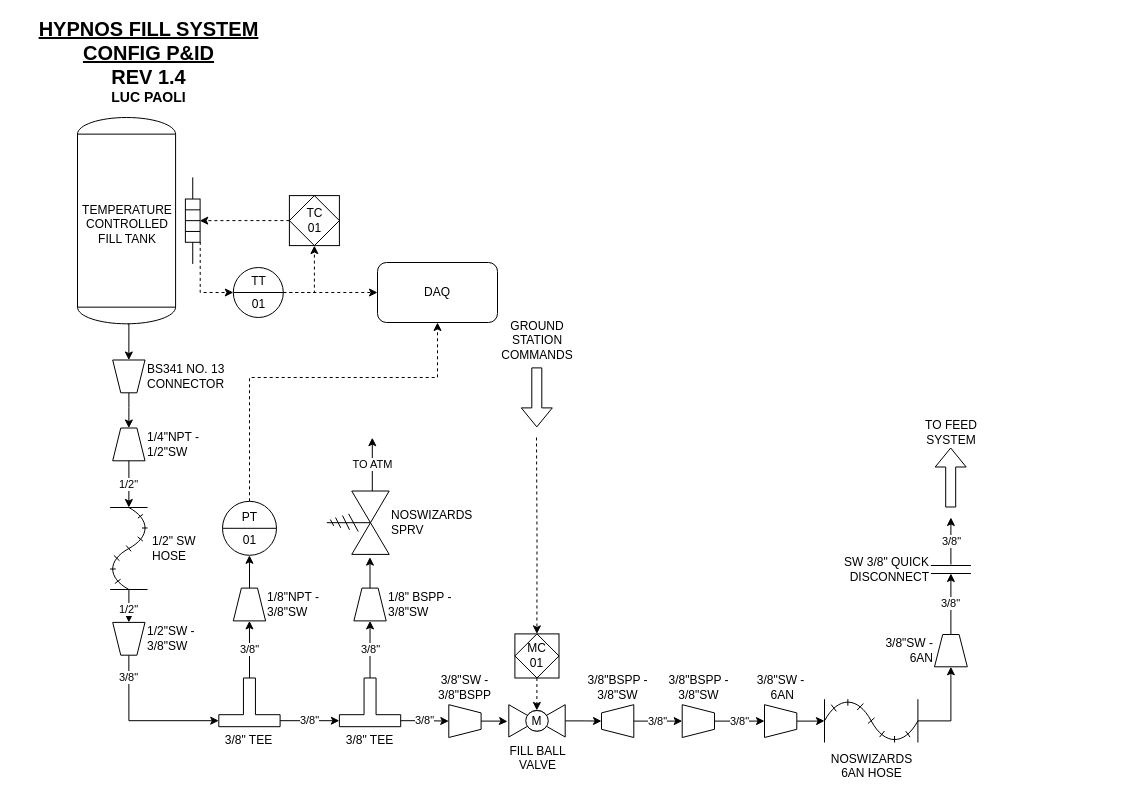
This is page "Filling system" (2 of 4) of All_P_IDs.drawio from icl-rocketry/Propulsion-PIDs, a draw.io file, before an edit. Source tidied: cells renumbered, new cells numbered last; positions are measured from the earlier drawing's top-left corner, leaving out a move shared by most shapes. Both pictures are drawn from the tidied source at 100%, with x=0, y=0 at pixel (17, 17).
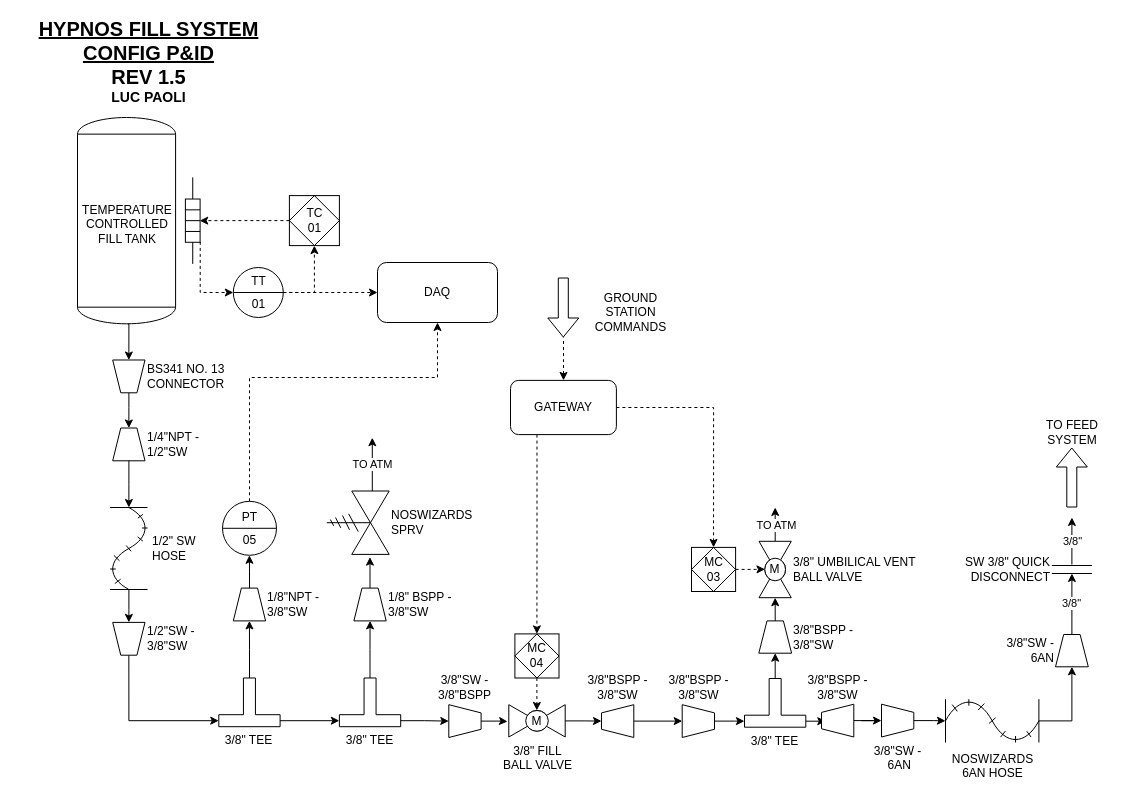
The same page after the edit.

The change refers to these unchanged cells:
```xml
<mxCell id="7" value="1/4&quot;NPT -&lt;br&gt;1/2&quot;SW" style="verticalLabelPosition=middle;align=left;dashed=0;html=1;verticalAlign=middle;shape=mxgraph.pid.piping.concentric_reducer;direction=north;horizontal=1;labelPosition=right;fontFamily=Helvetica;" parent="1" vertex="1">
  <mxGeometry x="95.2" y="410.5" width="32.3" height="32.8" as="geometry" />
</mxCell>
<mxCell id="9" value="1/2&quot; SW&lt;br&gt;HOSE" style="verticalLabelPosition=middle;align=left;dashed=0;html=1;verticalAlign=middle;shape=mxgraph.pid.piping.flexible_hose;direction=south;fontFamily=Helvetica;horizontal=1;labelPosition=right;" parent="1" vertex="1">
  <mxGeometry x="89.8" y="490" width="43.1" height="82" as="geometry" />
</mxCell>
<mxCell id="10" value="3/8&quot; TEE" style="shape=tee;whiteSpace=wrap;html=1;rotation=0;dx=12;dy=12;fontFamily=Helvetica;direction=west;flipV=0;verticalAlign=top;labelPosition=center;verticalLabelPosition=bottom;align=center;" parent="1" vertex="1">
  <mxGeometry x="201.3" y="660.5" width="61.3" height="48.7" as="geometry" />
</mxCell>
<mxCell id="12" value="1/8&quot;NPT -&lt;br&gt;3/8&quot;SW" style="verticalLabelPosition=middle;align=left;dashed=0;html=1;verticalAlign=middle;shape=mxgraph.pid.piping.concentric_reducer;direction=north;fontFamily=Helvetica;horizontal=1;labelPosition=right;" parent="1" vertex="1">
  <mxGeometry x="215.8" y="570.6" width="32.3" height="32.8" as="geometry" />
</mxCell>
<mxCell id="15" value="1/8&quot; BSPP -&lt;br&gt;3/8&quot;SW" style="verticalLabelPosition=middle;align=left;dashed=0;html=1;verticalAlign=middle;shape=mxgraph.pid.piping.concentric_reducer;direction=north;fontFamily=Helvetica;horizontal=1;labelPosition=right;" parent="1" vertex="1">
  <mxGeometry x="336.4" y="570.6" width="32.3" height="32.8" as="geometry" />
</mxCell>
<mxCell id="20" value="3/8&quot; TEE" style="shape=tee;whiteSpace=wrap;html=1;rotation=0;dx=12;dy=12;fontFamily=Helvetica;direction=west;labelPosition=center;verticalLabelPosition=bottom;align=center;verticalAlign=top;" parent="1" vertex="1">
  <mxGeometry x="321.9" y="660.5" width="61.3" height="48.7" as="geometry" />
</mxCell>
<mxCell id="22" value="3/8&quot;SW -&lt;br&gt;3/8&quot;BSPP" style="verticalLabelPosition=top;align=center;dashed=0;html=1;verticalAlign=bottom;shape=mxgraph.pid.piping.concentric_reducer;direction=east;fontFamily=Helvetica;labelPosition=center;" parent="1" vertex="1">
  <mxGeometry x="431.3" y="687.2" width="32.3" height="32.8" as="geometry" />
</mxCell>
<mxCell id="27" value="1/2&quot;SW -&lt;br&gt;3/8&quot;SW" style="verticalLabelPosition=middle;align=left;dashed=0;html=1;verticalAlign=middle;shape=mxgraph.pid.piping.concentric_reducer;direction=south;horizontal=1;labelPosition=right;fontFamily=Helvetica;" parent="1" vertex="1">
  <mxGeometry x="95.2" y="604.9" width="32.3" height="32.8" as="geometry" />
</mxCell>
<mxCell id="32" value="3/8&quot;BSPP -&lt;br&gt;3/8&quot;SW" style="verticalLabelPosition=top;align=center;dashed=0;html=1;verticalAlign=bottom;shape=mxgraph.pid.piping.concentric_reducer;direction=west;fontFamily=Helvetica;labelPosition=center;" parent="1" vertex="1">
  <mxGeometry x="584" y="687.2" width="32.3" height="32.8" as="geometry" />
</mxCell>
<mxCell id="43" value="3/8&quot;BSPP -&lt;br&gt;3/8&quot;SW" style="verticalLabelPosition=top;align=center;dashed=0;html=1;verticalAlign=bottom;shape=mxgraph.pid.piping.concentric_reducer;direction=east;fontFamily=Helvetica;labelPosition=center;" parent="1" vertex="1">
  <mxGeometry x="664.7" y="687.2" width="32.3" height="32.8" as="geometry" />
</mxCell>
```

Diff of the diagram source:
```diff
@@
-    <mxCell id="2" value="&lt;b&gt;&lt;font&gt;&lt;u style=&quot;font-size: 20px&quot;&gt;HYPNOS FILL SYSTEM CONFIG P&amp;amp;ID&lt;/u&gt;&lt;br&gt;&lt;span style=&quot;font-size: 20px&quot;&gt;REV 1.4&lt;/span&gt;&lt;br&gt;&lt;font style=&quot;font-size: 14px&quot;&gt;LUC PAOLI&lt;/font&gt;&lt;br&gt;&lt;/font&gt;&lt;/b&gt;" style="text;html=1;strokeColor=none;fillColor=none;align=center;verticalAlign=middle;whiteSpace=wrap;rounded=0;fontFamily=Helvetica;" parent="1" vertex="1">
+    <mxCell id="2" value="&lt;b&gt;&lt;font&gt;&lt;u style=&quot;font-size: 20px&quot;&gt;HYPNOS FILL SYSTEM CONFIG P&amp;amp;ID&lt;/u&gt;&lt;br&gt;&lt;span style=&quot;font-size: 20px&quot;&gt;REV 1.5&lt;/span&gt;&lt;br&gt;&lt;font style=&quot;font-size: 14px&quot;&gt;LUC PAOLI&lt;/font&gt;&lt;br&gt;&lt;/font&gt;&lt;/b&gt;" style="text;html=1;strokeColor=none;fillColor=none;align=center;verticalAlign=middle;whiteSpace=wrap;rounded=0;fontFamily=Helvetica;" parent="1" vertex="1">
       <mxGeometry width="262.6" height="88" as="geometry" />
     </mxCell>
@@
-    <mxCell id="8" value="1/2&quot;" style="edgeStyle=orthogonalEdgeStyle;rounded=0;jettySize=auto;html=1;fontFamily=Helvetica;entryX=0;entryY=0.5;entryDx=0;entryDy=0;entryPerimeter=0;" parent="1" edge="1" source="7" target="9">
+    <mxCell id="8" style="edgeStyle=orthogonalEdgeStyle;rounded=0;jettySize=auto;html=1;fontFamily=Helvetica;entryX=0;entryY=0.5;entryDx=0;entryDy=0;entryPerimeter=0;" parent="1" edge="1" source="7" target="9">
       <mxGeometry x="85.7" y="128.6" as="geometry" />
     </mxCell>
@@
-    <mxCell id="11" value="3/8&quot;" style="edgeStyle=orthogonalEdgeStyle;rounded=0;jettySize=auto;html=1;entryX=0;entryY=0;entryDx=61.3386553160946;entryDy=6;entryPerimeter=0;fontFamily=Helvetica;exitX=1;exitY=0.5;exitDx=0;exitDy=0;exitPerimeter=0;" parent="1" edge="1" source="27" target="10">
+    <mxCell id="11" style="edgeStyle=orthogonalEdgeStyle;rounded=0;jettySize=auto;html=1;entryX=0;entryY=0;entryDx=61.3386553160946;entryDy=6;entryPerimeter=0;fontFamily=Helvetica;exitX=1;exitY=0.5;exitDx=0;exitDy=0;exitPerimeter=0;" parent="1" edge="1" source="27" target="10">
       <mxGeometry x="37.3" y="-20" as="geometry">
         <mxPoint x="-45" y="-10" as="offset" />
       </mxGeometry>
     </mxCell>
@@
-    <mxCell id="13" value="3/8&quot;" style="edgeStyle=orthogonalEdgeStyle;rounded=0;jettySize=auto;html=1;entryX=0;entryY=0.5;entryDx=0;entryDy=0;entryPerimeter=0;fontFamily=Helvetica;" parent="1" edge="1" source="10" target="12">
+    <mxCell id="13" style="edgeStyle=orthogonalEdgeStyle;rounded=0;jettySize=auto;html=1;entryX=0;entryY=0.5;entryDx=0;entryDy=0;entryPerimeter=0;fontFamily=Helvetica;" parent="1" edge="1" source="10" target="12">
       <mxGeometry x="-40.8" y="107.3" as="geometry" />
     </mxCell>
@@
-    <mxCell id="19" value="3/8&quot;" style="edgeStyle=orthogonalEdgeStyle;rounded=0;jettySize=auto;html=1;entryX=0;entryY=0.5;entryDx=0;entryDy=0;entryPerimeter=0;fontFamily=Helvetica;" parent="1" edge="1" source="20" target="15">
+    <mxCell id="19" style="edgeStyle=orthogonalEdgeStyle;rounded=0;jettySize=auto;html=1;entryX=0;entryY=0.5;entryDx=0;entryDy=0;entryPerimeter=0;fontFamily=Helvetica;" parent="1" edge="1" source="20" target="15">
       <mxGeometry x="243" y="429.4" as="geometry" />
     </mxCell>
@@
-    <mxCell id="21" value="3/8&quot;" style="edgeStyle=orthogonalEdgeStyle;rounded=0;jettySize=auto;html=1;entryX=0;entryY=0;entryDx=61.3386553160946;entryDy=6;entryPerimeter=0;exitX=0;exitY=0;exitDx=0;exitDy=6;exitPerimeter=0;fontFamily=Helvetica;" parent="1" edge="1" source="10" target="20">
+    <mxCell id="21" style="edgeStyle=orthogonalEdgeStyle;rounded=0;jettySize=auto;html=1;entryX=0;entryY=0;entryDx=61.3386553160946;entryDy=6;entryPerimeter=0;exitX=0;exitY=0;exitDx=0;exitDy=6;exitPerimeter=0;fontFamily=Helvetica;" parent="1" edge="1" source="10" target="20">
       <mxGeometry x="232.7" y="432" as="geometry" />
     </mxCell>
@@
-    <mxCell id="23" value="3/8&quot;" style="edgeStyle=orthogonalEdgeStyle;rounded=0;jettySize=auto;html=1;entryX=0;entryY=0.5;entryDx=0;entryDy=0;entryPerimeter=0;exitX=0;exitY=0;exitDx=0;exitDy=6;exitPerimeter=0;fontFamily=Helvetica;" parent="1" edge="1" source="20" target="22">
+    <mxCell id="23" style="edgeStyle=orthogonalEdgeStyle;rounded=0;jettySize=auto;html=1;entryX=0;entryY=0.5;entryDx=0;entryDy=0;entryPerimeter=0;exitX=0;exitY=0;exitDx=0;exitDy=6;exitPerimeter=0;fontFamily=Helvetica;" parent="1" edge="1" source="20" target="22">
       <mxGeometry x="243" y="429.4" as="geometry" />
     </mxCell>
@@
-    <mxCell id="26" value="&lt;table cellpadding=&quot;4&quot; cellspacing=&quot;0&quot; border=&quot;0&quot; style=&quot;font-size: 1em ; width: 100% ; height: 100%&quot;&gt;&lt;tbody&gt;&lt;tr&gt;&lt;td&gt;PT&lt;/td&gt;&lt;/tr&gt;&lt;tr&gt;&lt;td&gt;01&lt;/td&gt;&lt;/tr&gt;&lt;/tbody&gt;&lt;/table&gt; " style="html=1;outlineConnect=0;align=center;dashed=0;shape=mxgraph.pid2inst.discInst;mounting=room;" parent="1" vertex="1">
+    <mxCell id="26" value="&lt;table style=&quot;font-size: 1em ; width: 100% ; height: 100%&quot; cellspacing=&quot;0&quot; cellpadding=&quot;4&quot; border=&quot;0&quot;&gt;&lt;tbody&gt;&lt;tr&gt;&lt;td&gt;PT&lt;/td&gt;&lt;/tr&gt;&lt;tr&gt;&lt;td&gt;05&lt;/td&gt;&lt;/tr&gt;&lt;/tbody&gt;&lt;/table&gt; " style="html=1;outlineConnect=0;align=center;dashed=0;shape=mxgraph.pid2inst.discInst;mounting=room;" parent="1" vertex="1">
       <mxGeometry x="205" y="483.8" width="54" height="54" as="geometry" />
     </mxCell>
@@
-    <mxCell id="28" value="&lt;font color=&quot;#000000&quot;&gt;1/2&quot;&lt;/font&gt;" style="edgeStyle=orthogonalEdgeStyle;rounded=0;jettySize=auto;html=1;entryX=0;entryY=0.5;entryDx=0;entryDy=0;entryPerimeter=0;fontColor=#FF0000;" parent="1" edge="1" source="9" target="27">
+    <mxCell id="28" style="edgeStyle=orthogonalEdgeStyle;rounded=0;jettySize=auto;html=1;entryX=0;entryY=0.5;entryDx=0;entryDy=0;entryPerimeter=0;fontColor=#FF0000;" parent="1" edge="1" source="9" target="27">
       <mxGeometry x="0.22" relative="1" as="geometry" />
     </mxCell>
@@
-    <mxCell id="30" value="FILL BALL&lt;br&gt;VALVE" style="verticalLabelPosition=bottom;align=center;html=1;verticalAlign=top;dashed=0;shape=mxgraph.pid2valves.valve;valveType=ball;direction=east;fontFamily=Helvetica;horizontal=1;labelPosition=center;" parent="1" vertex="1">
+    <mxCell id="30" value="&lt;div&gt;3/8&quot; FILL&lt;/div&gt;&lt;div&gt;BALL VALVE&lt;/div&gt;" style="verticalLabelPosition=bottom;align=center;html=1;verticalAlign=top;dashed=0;shape=mxgraph.pid2valves.valve;valveType=ball;direction=east;fontFamily=Helvetica;horizontal=1;labelPosition=center;" parent="1" vertex="1">
       <mxGeometry x="491.3" y="687.2" width="56.4" height="32.3" as="geometry" />
     </mxCell>
@@
-    <mxCell id="33" value="3/8&quot;" style="edgeStyle=orthogonalEdgeStyle;rounded=0;jettySize=auto;html=1;entryX=0;entryY=0.5;entryDx=0;entryDy=0;entryPerimeter=0;fontColor=#000000;" parent="1" edge="1" source="32" target="43">
-      <mxGeometry relative="1" as="geometry" />
+    <mxCell id="33" style="edgeStyle=orthogonalEdgeStyle;rounded=0;jettySize=auto;html=1;entryX=0;entryY=0.5;entryDx=0;entryDy=0;entryPerimeter=0;fontColor=#000000;" parent="1" edge="1" source="32" target="43">
+      <mxGeometry x="0.15" y="-6" relative="1" as="geometry" />
     </mxCell>
@@
     <mxCell id="42" value="NOSWIZARDS&lt;br&gt;6AN HOSE" style="verticalLabelPosition=bottom;align=center;dashed=0;html=1;verticalAlign=top;shape=mxgraph.pid.piping.flexible_hose;direction=west;fontFamily=Helvetica;labelPosition=center;" parent="1" vertex="1">
-      <mxGeometry x="807" y="678.4" width="93.4" height="49.9" as="geometry" />
+      <mxGeometry x="928" y="678.4" width="93.4" height="49.9" as="geometry" />
     </mxCell>
@@
-    <mxCell id="45" value="3/8&quot;SW -&lt;br&gt;&amp;nbsp;6AN" style="verticalLabelPosition=top;align=center;dashed=0;html=1;verticalAlign=bottom;shape=mxgraph.pid.piping.concentric_reducer;direction=east;fontFamily=Helvetica;labelPosition=center;" parent="1" vertex="1">
-      <mxGeometry x="747" y="687.2" width="32.3" height="32.8" as="geometry" />
+    <mxCell id="45" value="3/8&quot;SW -&lt;br&gt;&amp;nbsp;6AN" style="verticalLabelPosition=bottom;align=center;dashed=0;html=1;verticalAlign=top;shape=mxgraph.pid.piping.concentric_reducer;direction=east;fontFamily=Helvetica;labelPosition=center;" parent="1" vertex="1">
+      <mxGeometry x="864" y="686.7" width="32.3" height="32.8" as="geometry" />
     </mxCell>
-    <mxCell id="46" value="3/8&quot;" style="edgeStyle=orthogonalEdgeStyle;rounded=0;jettySize=auto;html=1;fontColor=#000000;entryX=0;entryY=0.5;entryDx=0;entryDy=0;entryPerimeter=0;" parent="1" edge="1" source="43" target="45">
+    <mxCell id="46" style="edgeStyle=orthogonalEdgeStyle;rounded=0;jettySize=auto;html=1;fontColor=#000000;entryX=0;entryY=0;entryDx=61.3386553160946;entryDy=6;entryPerimeter=0;" parent="1" edge="1" source="43" target="62">
       <mxGeometry relative="1" as="geometry" />
     </mxCell>
     <mxCell id="47" value="3/8&quot;SW -&lt;br&gt;&amp;nbsp;6AN" style="verticalLabelPosition=middle;align=right;dashed=0;html=1;verticalAlign=middle;shape=mxgraph.pid.piping.concentric_reducer;direction=north;fontFamily=Helvetica;labelPosition=left;" parent="1" vertex="1">
-      <mxGeometry x="917" y="617" width="32.8" height="32.3" as="geometry" />
+      <mxGeometry x="1038" y="617" width="32.8" height="32.3" as="geometry" />
     </mxCell>
@@
     <mxCell id="49" value="3/8&quot;" style="edgeStyle=orthogonalEdgeStyle;rounded=0;jettySize=auto;html=1;fontColor=#000000;" parent="1" edge="1" source="50">
       <mxGeometry relative="1" as="geometry">
-        <mxPoint x="933.4" y="500" as="targetPoint" />
+        <mxPoint x="1054.4" y="500" as="targetPoint" />
       </mxGeometry>
     </mxCell>
     <mxCell id="50" value="SW 3/8&quot; QUICK&lt;br&gt;DISCONNECT" style="verticalLabelPosition=middle;align=right;dashed=0;html=1;verticalAlign=middle;shape=mxgraph.pid.piping.double_flange;direction=south;labelPosition=left;horizontal=1;" parent="1" vertex="1">
-      <mxGeometry x="913.4" y="547" width="40" height="10" as="geometry" />
+      <mxGeometry x="1034.4" y="547" width="40" height="10" as="geometry" />
     </mxCell>
     <mxCell id="51" style="shape=flexArrow;endArrow=classic;html=1;rounded=0;fontColor=#000000;" parent="1" edge="1">
       <mxGeometry relative="1" as="geometry">
-        <mxPoint x="933.2" y="490" as="sourcePoint" />
-        <mxPoint x="933.2" y="430" as="targetPoint" />
+        <mxPoint x="1054.3" y="490" as="sourcePoint" />
+        <mxPoint x="1054.3" y="430" as="targetPoint" />
       </mxGeometry>
     </mxCell>
@@
     <mxCell id="53" value="TO FEED SYSTEM" style="text;html=1;strokeColor=none;fillColor=none;align=center;verticalAlign=middle;whiteSpace=wrap;rounded=0;fontColor=#000000;" parent="1" vertex="1">
-      <mxGeometry x="896.5" y="400" width="73.7" height="29" as="geometry" />
+      <mxGeometry x="1017.6" y="400" width="73.7" height="29" as="geometry" />
     </mxCell>
@@
-    <mxCell id="55" style="edgeStyle=orthogonalEdgeStyle;rounded=0;jettySize=auto;html=1;dashed=1;fontSize=11;" parent="1" edge="1" target="57">
-      <mxGeometry relative="1" as="geometry">
-        <mxPoint x="519" y="420" as="sourcePoint" />
-      </mxGeometry>
+    <mxCell id="55" style="edgeStyle=orthogonalEdgeStyle;rounded=0;jettySize=auto;html=1;dashed=1;fontSize=11;exitX=0.25;exitY=1;exitDx=0;exitDy=0;" parent="1" edge="1" source="74" target="57">
+      <mxGeometry relative="1" as="geometry" />
     </mxCell>
@@
-    <mxCell id="57" value="MC&lt;br&gt;01&lt;br&gt; " style="html=1;outlineConnect=0;align=center;dashed=0;shape=mxgraph.pid2inst.progLogCont;mounting=field;fontColor=#000000;strokeColor=#000000;strokeWidth=1;fillColor=default;" parent="1" vertex="1">
+    <mxCell id="57" value="MC&lt;br&gt;04&lt;br&gt; " style="html=1;outlineConnect=0;align=center;dashed=0;shape=mxgraph.pid2inst.progLogCont;mounting=field;fontColor=#000000;strokeColor=#000000;strokeWidth=1;fillColor=default;" parent="1" vertex="1">
       <mxGeometry x="497.4" y="616.4" width="44.1" height="44.1" as="geometry" />
     </mxCell>
-    <mxCell id="58" style="shape=flexArrow;endArrow=classic;html=1;rounded=0;fontColor=#000000;" parent="1" edge="1">
-      <mxGeometry relative="1" as="geometry">
-        <mxPoint x="519.3" y="349.9" as="sourcePoint" />
-        <mxPoint x="519.3" y="409.9" as="targetPoint" />
-      </mxGeometry>
-    </mxCell>
+    <mxCell id="60" style="edgeStyle=orthogonalEdgeStyle;rounded=0;jettySize=auto;html=1;entryX=0;entryY=0.5;entryDx=0;entryDy=0;entryPerimeter=0;" parent="1" edge="1" source="62" target="67">
+      <mxGeometry relative="1" as="geometry" />
+    </mxCell>
+    <mxCell id="61" style="edgeStyle=orthogonalEdgeStyle;rounded=0;jettySize=auto;html=1;exitX=0;exitY=0;exitDx=0;exitDy=6;exitPerimeter=0;" parent="1" edge="1" source="62" target="69">
+      <mxGeometry relative="1" as="geometry" />
+    </mxCell>
+    <mxCell id="62" value="3/8&quot; TEE" style="shape=tee;whiteSpace=wrap;html=1;rotation=0;dx=12;dy=12;fontFamily=Helvetica;direction=west;labelPosition=center;verticalLabelPosition=bottom;align=center;verticalAlign=top;" parent="1" vertex="1">
+      <mxGeometry x="727" y="661" width="61.3" height="48.7" as="geometry" />
+    </mxCell>
+    <mxCell id="63" style="edgeStyle=orthogonalEdgeStyle;rounded=0;jettySize=auto;html=1;" parent="1" edge="1" source="65">
+      <mxGeometry relative="1" as="geometry">
+        <mxPoint x="757.7" y="490" as="targetPoint" />
+      </mxGeometry>
+    </mxCell>
+    <mxCell id="64" value="TO ATM" style="edgeLabel;html=1;align=center;verticalAlign=middle;" parent="63" vertex="1">
+      <mxGeometry x="-0.19" y="-1" relative="1" as="geometry">
+        <mxPoint y="-2" as="offset" />
+      </mxGeometry>
+    </mxCell>
+    <mxCell id="65" value="&lt;div&gt;3/8&quot; UMBILICAL VENT&lt;br&gt;&lt;/div&gt;&lt;div&gt;BALL VALVE&lt;/div&gt;" style="verticalLabelPosition=middle;align=left;html=1;verticalAlign=middle;dashed=0;shape=mxgraph.pid2valves.valve;valveType=ball;direction=north;fontFamily=Helvetica;horizontal=1;labelPosition=right;" parent="1" vertex="1">
+      <mxGeometry x="741.5" y="523.8" width="32.3" height="56.4" as="geometry" />
+    </mxCell>
+    <mxCell id="66" style="edgeStyle=orthogonalEdgeStyle;rounded=0;jettySize=auto;html=1;" parent="1" edge="1" source="67" target="65">
+      <mxGeometry relative="1" as="geometry" />
+    </mxCell>
+    <mxCell id="67" value="3/8&quot;BSPP -&lt;br&gt;3/8&quot;SW" style="verticalLabelPosition=middle;align=left;dashed=0;html=1;verticalAlign=middle;shape=mxgraph.pid.piping.concentric_reducer;direction=north;fontFamily=Helvetica;labelPosition=right;" parent="1" vertex="1">
+      <mxGeometry x="741.3" y="603.4" width="32.8" height="32.3" as="geometry" />
+    </mxCell>
+    <mxCell id="68" style="edgeStyle=orthogonalEdgeStyle;rounded=0;jettySize=auto;html=1;" parent="1" edge="1" source="69" target="45">
+      <mxGeometry relative="1" as="geometry" />
+    </mxCell>
+    <mxCell id="69" value="3/8&quot;BSPP -&lt;br&gt;3/8&quot;SW" style="verticalLabelPosition=top;align=center;dashed=0;html=1;verticalAlign=bottom;shape=mxgraph.pid.piping.concentric_reducer;direction=west;fontFamily=Helvetica;labelPosition=center;" parent="1" vertex="1">
+      <mxGeometry x="804" y="686.7" width="32.3" height="32.8" as="geometry" />
+    </mxCell>
+    <mxCell id="70" value="M" style="text;html=1;strokeColor=none;fillColor=none;align=center;verticalAlign=middle;whiteSpace=wrap;rounded=0;fontColor=#000000;" parent="1" vertex="1">
+      <mxGeometry x="752.3" y="547.9" width="10.7" height="8.2" as="geometry" />
+    </mxCell>
+    <mxCell id="71" style="edgeStyle=orthogonalEdgeStyle;rounded=0;jettySize=auto;html=1;entryX=0.504;entryY=0.186;entryDx=0;entryDy=0;entryPerimeter=0;dashed=1;" parent="1" edge="1" source="72" target="65">
+      <mxGeometry relative="1" as="geometry" />
+    </mxCell>
+    <mxCell id="72" value="MC&lt;br&gt;03&lt;br&gt; " style="html=1;outlineConnect=0;align=center;dashed=0;shape=mxgraph.pid2inst.progLogCont;mounting=field;fontColor=#000000;strokeColor=#000000;strokeWidth=1;fillColor=default;" parent="1" vertex="1">
+      <mxGeometry x="674" y="529.9" width="44.1" height="44.1" as="geometry" />
+    </mxCell>
+    <mxCell id="73" style="group;" parent="1" vertex="1">
+      <mxGeometry x="493" y="260" width="165" height="157.1" as="geometry" />
+    </mxCell>
+    <mxCell id="74" value="GATEWAY" style="rounded=1;whiteSpace=wrap;html=1;fontColor=#000000;strokeColor=#000000;strokeWidth=1;fillColor=default;" parent="73" vertex="1">
+      <mxGeometry y="102.9" width="105.9" height="54.2" as="geometry" />
+    </mxCell>
+    <mxCell id="75" style="group;" parent="73" vertex="1">
+      <mxGeometry x="52.8" width="112.2" height="60" as="geometry" />
+    </mxCell>
+    <mxCell id="76" style="edgeStyle=orthogonalEdgeStyle;rounded=0;jettySize=auto;html=1;dashed=1;fontSize=12;startArrow=classic;startFill=1;endArrow=none;endFill=0;" parent="75" edge="1" source="74">
+      <mxGeometry relative="1" as="geometry">
+        <mxPoint x="0.2" y="60" as="targetPoint" />
+      </mxGeometry>
+    </mxCell>
+    <mxCell id="77" style="shape=flexArrow;endArrow=classic;html=1;rounded=0;fontColor=#000000;" parent="75" edge="1">
+      <mxGeometry relative="1" as="geometry">
+        <mxPoint as="sourcePoint" />
+        <mxPoint y="60" as="targetPoint" />
+      </mxGeometry>
+    </mxCell>
-    <mxCell id="59" value="GROUND STATION COMMANDS" style="text;html=1;strokeColor=none;fillColor=none;align=center;verticalAlign=middle;whiteSpace=wrap;rounded=0;fontColor=#000000;" parent="1" vertex="1">
-      <mxGeometry x="482.5" y="307.9" width="74" height="30" as="geometry" />
+    <mxCell id="59" value="GROUND&lt;br&gt;STATION&lt;br&gt;COMMANDS" style="text;html=1;align=center;verticalAlign=middle;strokeColor=none;fillColor=none;fontSize=12;" parent="75" vertex="1">
+      <mxGeometry x="22.2" y="10" width="90" height="50" as="geometry" />
     </mxCell>
+    <mxCell id="78" style="edgeStyle=orthogonalEdgeStyle;rounded=0;jettySize=auto;html=1;entryX=0.5;entryY=0;entryDx=0;entryDy=0;dashed=1;" parent="1" edge="1" source="74" target="72">
+      <mxGeometry relative="1" as="geometry" />
+    </mxCell>
```
